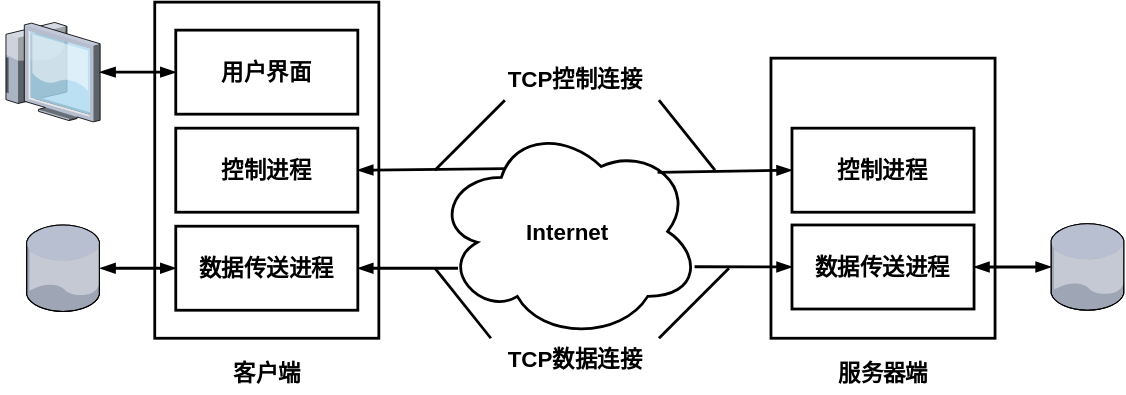
Earlier version of the draw.io export pictures/计算机网络-控制连接和数据连接.drawio.svg (creatern/NoteBook). Source tidied: cells renumbered, new cells last; positions are measured from the earlier drawing's top-left corner, leaving out a move shared by most shapes.
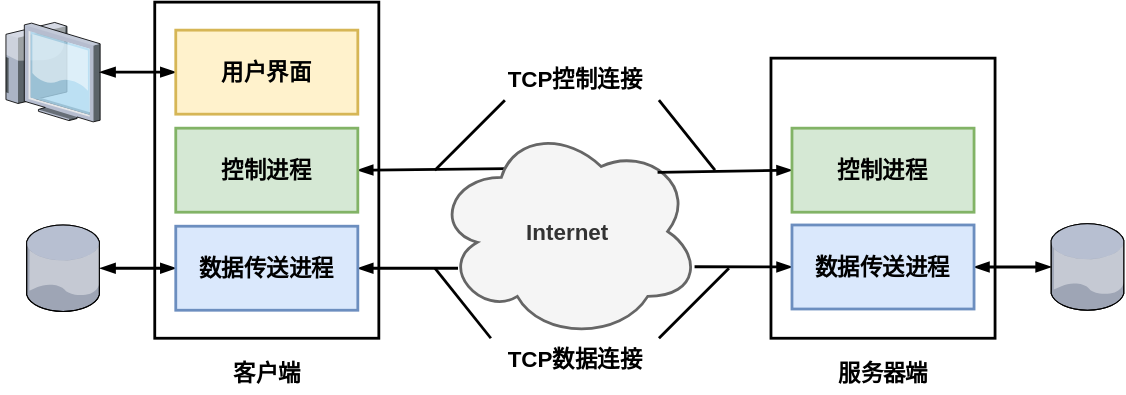
Later version of the same file.

Diff of the diagram source:
```diff
@@ -17,13 +17,13 @@
     <mxCell id="6" style="edgeStyle=none;shape=connector;rounded=0;jettySize=auto;html=1;exitX=0;exitY=0.5;exitDx=0;exitDy=0;labelBackgroundColor=default;strokeColor=default;strokeWidth=2;fontFamily=Helvetica;fontSize=11;fontColor=default;startArrow=blockThin;startFill=1;endArrow=blockThin;endFill=1;" parent="1" edge="1" source="7" target="2">
       <mxGeometry relative="1" as="geometry" />
     </mxCell>
-    <mxCell id="7" value="用户界面" style="rounded=0;whiteSpace=wrap;html=1;strokeWidth=2;fontSize=16;fontStyle=1;" parent="1" vertex="1">
+    <mxCell id="7" value="用户界面" style="rounded=0;whiteSpace=wrap;html=1;strokeWidth=2;fontSize=16;fontStyle=1;fillColor=#fff2cc;strokeColor=#d6b656;" parent="1" vertex="1">
       <mxGeometry x="125" y="20" width="130" height="60" as="geometry" />
     </mxCell>
     <mxCell id="8" style="edgeStyle=none;shape=connector;rounded=0;jettySize=auto;html=1;exitX=1;exitY=0.5;exitDx=0;exitDy=0;labelBackgroundColor=default;strokeColor=default;strokeWidth=2;fontFamily=Helvetica;fontSize=11;fontColor=default;startArrow=blockThin;startFill=1;endArrow=none;endFill=0;entryX=0.268;entryY=0.21;entryDx=0;entryDy=0;entryPerimeter=0;" parent="1" edge="1" source="9" target="13">
       <mxGeometry relative="1" as="geometry" />
     </mxCell>
-    <mxCell id="9" value="控制进程" style="rounded=0;whiteSpace=wrap;html=1;strokeWidth=2;fontSize=16;fontStyle=1;" parent="1" vertex="1">
+    <mxCell id="9" value="控制进程" style="rounded=0;whiteSpace=wrap;html=1;strokeWidth=2;fontSize=16;fontStyle=1;fillColor=#d5e8d4;strokeColor=#82b366;" parent="1" vertex="1">
       <mxGeometry x="125" y="90" width="130" height="60" as="geometry" />
     </mxCell>
     <mxCell id="10" style="edgeStyle=orthogonalEdgeStyle;rounded=0;jettySize=auto;html=1;exitX=0;exitY=0.5;exitDx=0;exitDy=0;endArrow=blockThin;endFill=1;startArrow=blockThin;startFill=1;strokeWidth=2;" parent="1" edge="1" source="12" target="3">
@@ -32,16 +32,16 @@
     <mxCell id="11" style="edgeStyle=none;shape=connector;rounded=0;jettySize=auto;html=1;exitX=1;exitY=0.5;exitDx=0;exitDy=0;entryX=0.087;entryY=0.67;entryDx=0;entryDy=0;entryPerimeter=0;labelBackgroundColor=default;strokeColor=default;strokeWidth=2;fontFamily=Helvetica;fontSize=11;fontColor=default;startArrow=blockThin;startFill=1;endArrow=none;endFill=0;" parent="1" edge="1" source="12" target="13">
       <mxGeometry relative="1" as="geometry" />
     </mxCell>
-    <mxCell id="12" value="数据传送进程" style="rounded=0;whiteSpace=wrap;html=1;strokeWidth=2;fontSize=16;fontStyle=1;" parent="1" vertex="1">
+    <mxCell id="12" value="数据传送进程" style="rounded=0;whiteSpace=wrap;html=1;strokeWidth=2;fontSize=16;fontStyle=1;fillColor=#dae8fc;strokeColor=#6c8ebf;" parent="1" vertex="1">
       <mxGeometry x="125" y="160" width="130" height="60" as="geometry" />
     </mxCell>
-    <mxCell id="13" value="Internet" style="ellipse;shape=cloud;whiteSpace=wrap;html=1;fontStyle=1;fontSize=16;strokeWidth=2;" parent="1" vertex="1">
+    <mxCell id="13" value="Internet" style="ellipse;shape=cloud;whiteSpace=wrap;html=1;fontStyle=1;fontSize=16;strokeWidth=2;fillColor=#f5f5f5;fontColor=#333333;strokeColor=#666666;" parent="1" vertex="1">
       <mxGeometry x="310" y="86.5" width="190" height="154.5" as="geometry" />
     </mxCell>
     <mxCell id="14" style="edgeStyle=none;shape=connector;rounded=0;jettySize=auto;html=1;exitX=0;exitY=0.5;exitDx=0;exitDy=0;entryX=0.837;entryY=0.227;entryDx=0;entryDy=0;entryPerimeter=0;labelBackgroundColor=default;strokeColor=default;strokeWidth=2;fontFamily=Helvetica;fontSize=11;fontColor=default;startArrow=blockThin;startFill=1;endArrow=none;endFill=0;" parent="1" edge="1" source="15" target="13">
       <mxGeometry relative="1" as="geometry" />
     </mxCell>
-    <mxCell id="15" value="控制进程" style="rounded=0;whiteSpace=wrap;html=1;strokeWidth=2;fontSize=16;fontStyle=1;" parent="1" vertex="1">
+    <mxCell id="15" value="控制进程" style="rounded=0;whiteSpace=wrap;html=1;strokeWidth=2;fontSize=16;fontStyle=1;fillColor=#d5e8d4;strokeColor=#82b366;" parent="1" vertex="1">
       <mxGeometry x="565" y="90" width="130" height="60" as="geometry" />
     </mxCell>
     <mxCell id="16" style="shape=connector;rounded=0;jettySize=auto;html=1;exitX=1;exitY=0.5;exitDx=0;exitDy=0;labelBackgroundColor=default;strokeColor=default;strokeWidth=2;fontFamily=Helvetica;fontSize=11;fontColor=default;startArrow=blockThin;startFill=1;endArrow=blockThin;endFill=1;" parent="1" edge="1" source="18" target="19">
@@ -50,7 +50,7 @@
     <mxCell id="17" style="edgeStyle=none;shape=connector;rounded=0;jettySize=auto;html=1;exitX=0;exitY=0.5;exitDx=0;exitDy=0;entryX=0.976;entryY=0.663;entryDx=0;entryDy=0;entryPerimeter=0;labelBackgroundColor=default;strokeColor=default;strokeWidth=2;fontFamily=Helvetica;fontSize=11;fontColor=default;startArrow=blockThin;startFill=1;endArrow=none;endFill=0;" parent="1" edge="1" source="18" target="13">
       <mxGeometry relative="1" as="geometry" />
     </mxCell>
-    <mxCell id="18" value="数据传送进程" style="rounded=0;whiteSpace=wrap;html=1;strokeWidth=2;fontSize=16;fontStyle=1;" parent="1" vertex="1">
+    <mxCell id="18" value="数据传送进程" style="rounded=0;whiteSpace=wrap;html=1;strokeWidth=2;fontSize=16;fontStyle=1;fillColor=#dae8fc;strokeColor=#6c8ebf;" parent="1" vertex="1">
       <mxGeometry x="565" y="159.1" width="130" height="60" as="geometry" />
     </mxCell>
     <mxCell id="19" style="verticalLabelPosition=bottom;sketch=0;html=1;verticalAlign=top;strokeColor=none;align=center;outlineConnect=0;shape=mxgraph.citrix.database;" parent="1" vertex="1">
```
